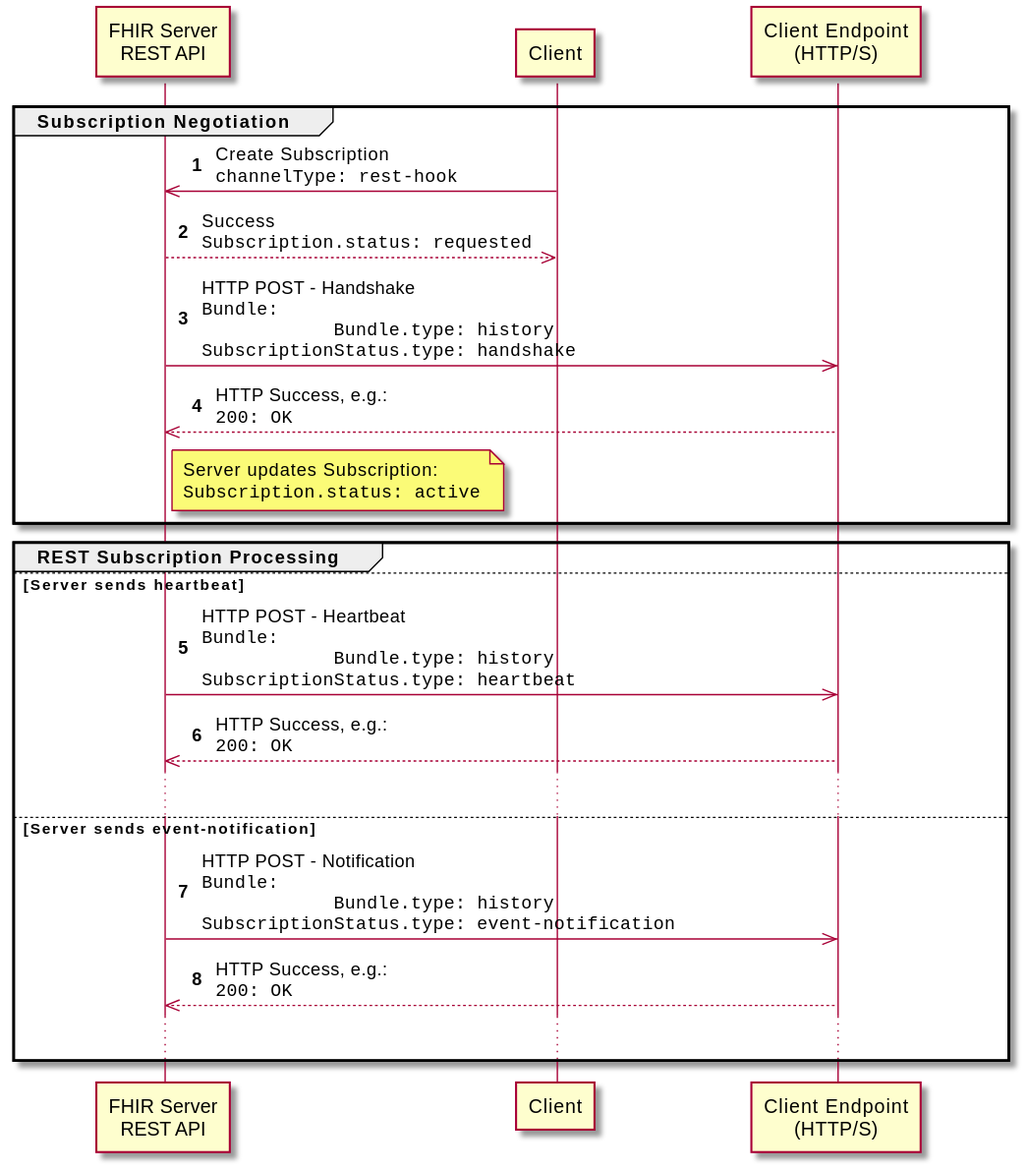
HL7/fhir keeps this PlantUML diagram as images/subscriptions/subscription-channel-rest-hook.svg. Above is the earlier version.
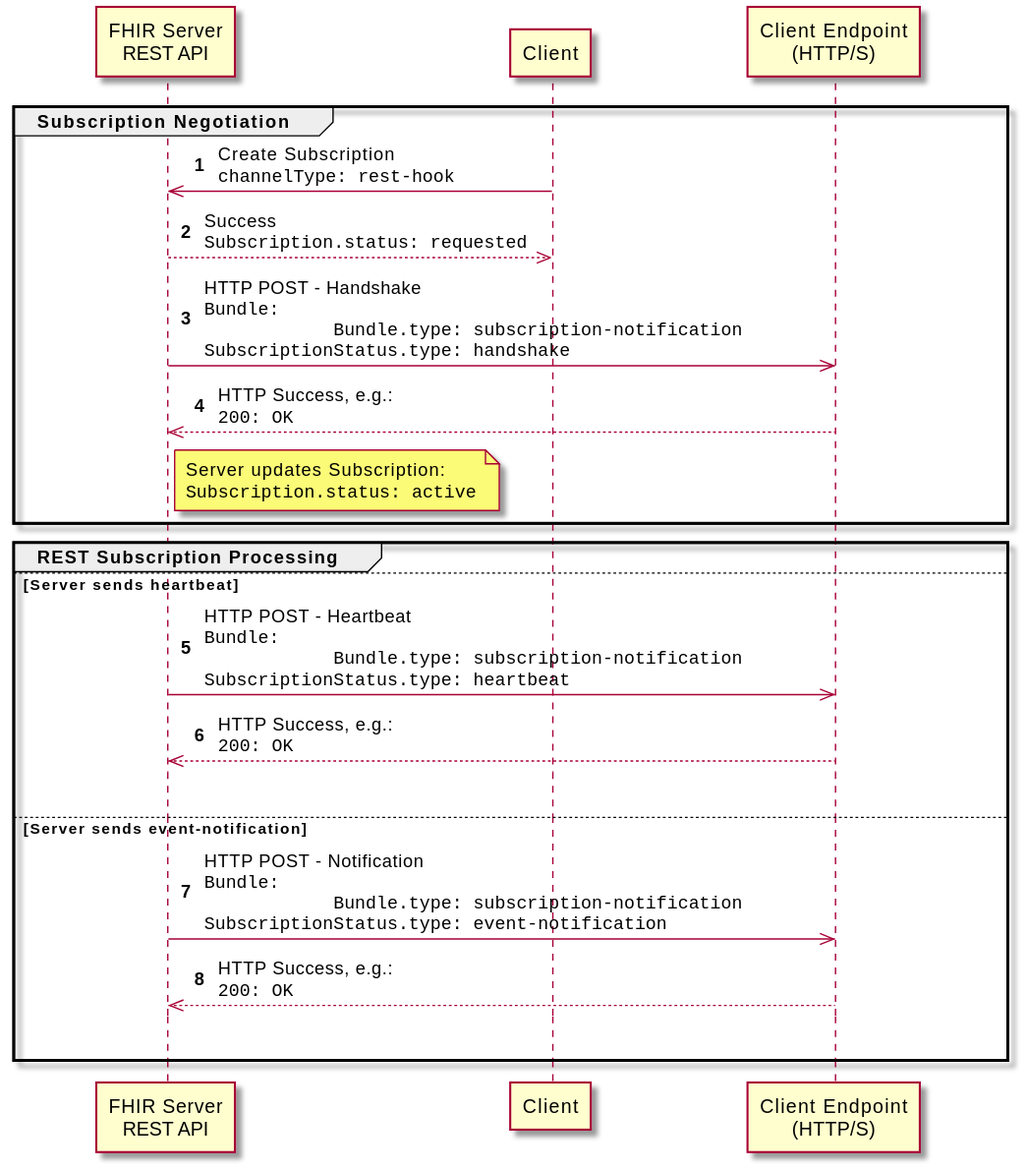
The same file after the commit.

Commit message:
FHIR-47351 - fix bundle type in workflow diagrams

The edit, as a diff of the source:
```diff
@@ -1,4 +1,5 @@
 @startuml
+skin rose
 skinparam NoteTextAlignment left
 skinparam Padding 2
 skinparam ParticipantPadding 50
@@ -10,10 +11,10 @@
 participant "Client Endpoint\n(HTTP/S)" as E
 
 group Subscription Negotiation
-  C->>S: Create Subscription\n""channelType: rest-hook""
+  C ->> S: Create Subscription\n""channelType: rest-hook""
   return Success\n""Subscription.status: requested""
 
-  S->>E: HTTP POST - Handshake\n""Bundle:""\n""            Bundle.type: history""\n""SubscriptionStatus.type: handshake""
+  S ->> E: HTTP POST - Handshake\n""Bundle:""\n""            Bundle.type: subscription-notification""\n""SubscriptionStatus.type: handshake""
   return HTTP Success, e.g.:\n""200: OK""
 
   note right of S
@@ -24,11 +25,11 @@
 
 group REST Subscription Processing
 else Server sends heartbeat
-  S->>E: HTTP POST - Heartbeat\n""Bundle:""\n""            Bundle.type: history""\n""SubscriptionStatus.type: heartbeat""
+  S ->> E: HTTP POST - Heartbeat\n""Bundle:""\n""            Bundle.type: subscription-notification""\n""SubscriptionStatus.type: heartbeat""
   return HTTP Success, e.g.:\n""200: OK""
   ...
 else Server sends event-notification
-  S->>E: HTTP POST - Notification\n""Bundle:""\n""            Bundle.type: history""\n""SubscriptionStatus.type: event-notification""
+  S ->> E: HTTP POST - Notification\n""Bundle:""\n""            Bundle.type: subscription-notification""\n""SubscriptionStatus.type: event-notification""
   return HTTP Success, e.g.:\n""200: OK""
   ...
 end
```
